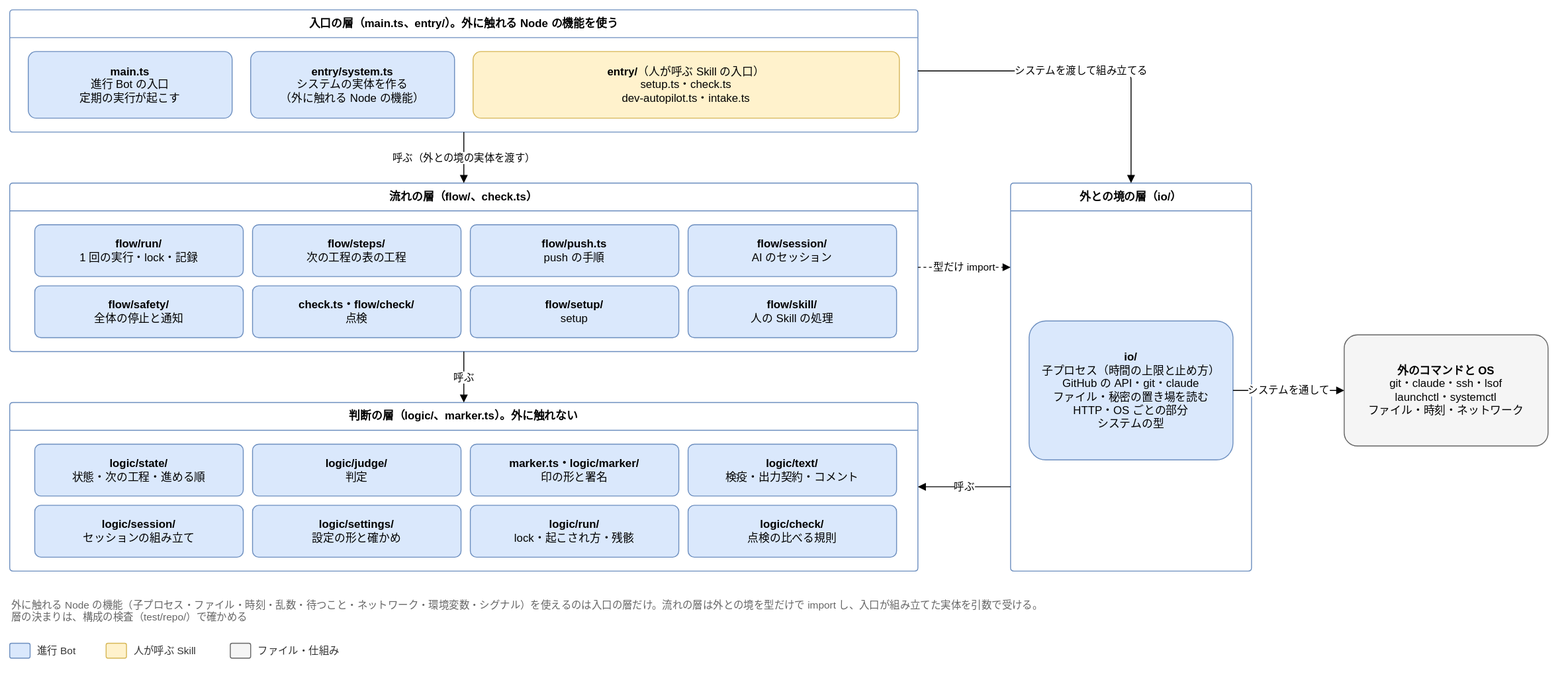
This is docs/design/detailed/diagrams/00-layers.drawio.svg from Joymerrevent/dev-autopilot, a draw.io export, as it was before one commit. Source tidied: cells renumbered, new cells last; positions are measured from the earlier drawing's top-left corner, leaving out a move shared by most shapes.
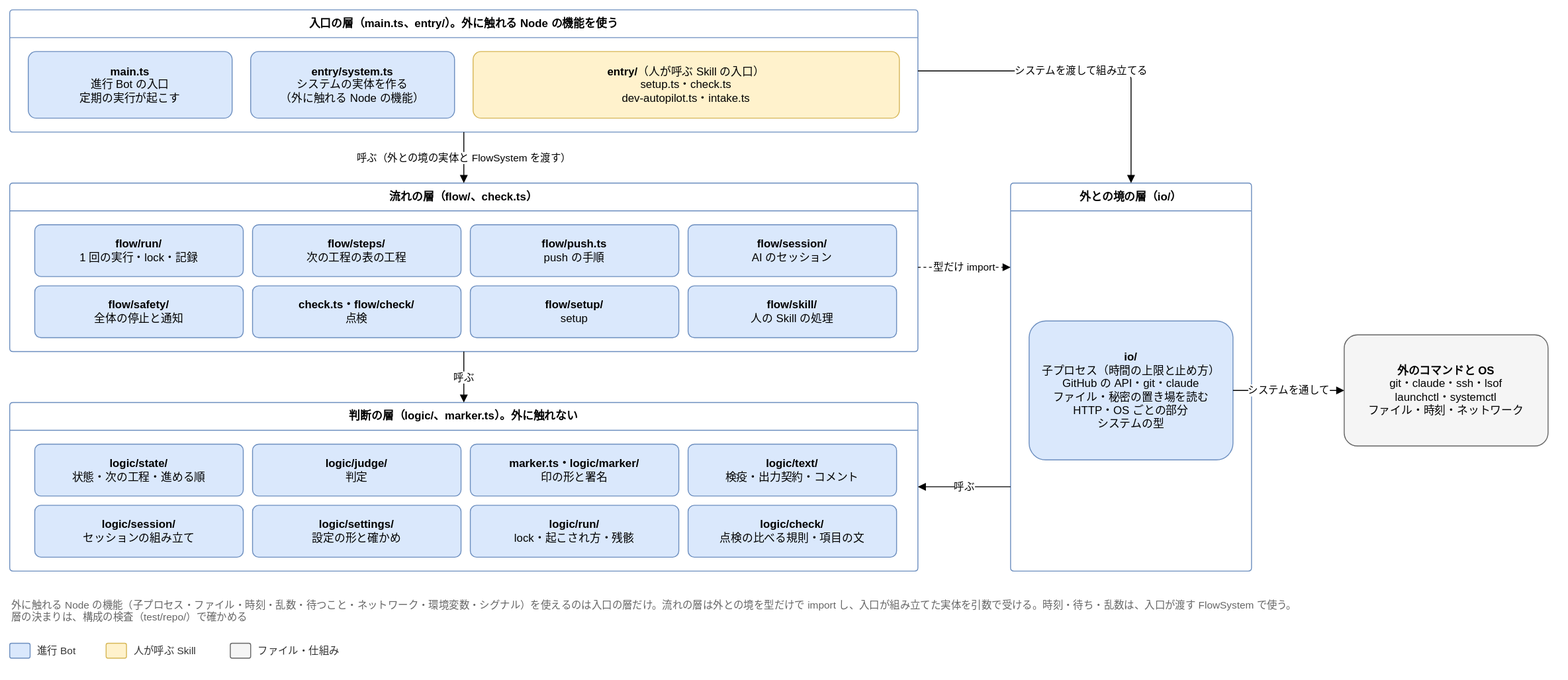
Later version of the same file.

The edit, as a diff of the source:
```diff
@@ -65,7 +65,7 @@
     <mxCell id="22" value="&lt;b&gt;logic/run/&lt;/b&gt;&lt;br&gt;lock・起こされ方・残骸" style="rounded=1;whiteSpace=wrap;html=1;fontSize=12;arcSize=12;spacing=12;fillColor=#dae8fc;strokeColor=#6c8ebf;" parent="15" vertex="1">
       <mxGeometry x="497" y="111" width="225" height="56" as="geometry" />
     </mxCell>
-    <mxCell id="23" value="&lt;b&gt;logic/check/&lt;/b&gt;&lt;br&gt;点検の比べる規則" style="rounded=1;whiteSpace=wrap;html=1;fontSize=12;arcSize=12;spacing=12;fillColor=#dae8fc;strokeColor=#6c8ebf;" parent="15" vertex="1">
+    <mxCell id="23" value="&lt;b&gt;logic/check/&lt;/b&gt;&lt;br&gt;点検の比べる規則・項目の文" style="rounded=1;whiteSpace=wrap;html=1;fontSize=12;arcSize=12;spacing=12;fillColor=#dae8fc;strokeColor=#6c8ebf;" parent="15" vertex="1">
       <mxGeometry x="732" y="111" width="225" height="56" as="geometry" />
     </mxCell>
     <mxCell id="24" value="外との境の層（io/）" style="swimlane;startSize=30;html=1;whiteSpace=wrap;rounded=1;arcSize=4;fontStyle=1;fontSize=12;fillColor=none;swimlaneFillColor=none;strokeColor=#6c8ebf;" parent="1" vertex="1">
@@ -77,7 +77,7 @@
     <mxCell id="26" value="&lt;b&gt;外のコマンドと OS&lt;/b&gt;&lt;br&gt;git・claude・ssh・lsof&lt;br&gt;launchctl・systemctl&lt;br&gt;ファイル・時刻・ネットワーク" style="rounded=1;whiteSpace=wrap;html=1;fontSize=12;arcSize=12;spacing=12;fillColor=#f5f5f5;strokeColor=#666666;" parent="1" vertex="1">
       <mxGeometry x="1440" y="351" width="220" height="120" as="geometry" />
     </mxCell>
-    <mxCell id="27" value="呼ぶ（外との境の実体を渡す）" style="edgeStyle=orthogonalEdgeStyle;rounded=1;html=1;endArrow=block;endFill=1;fontSize=11;labelBackgroundColor=#ffffff;exitX=0.5;exitY=1;exitDx=0;exitDy=0;entryX=0.5;entryY=0;entryDx=0;entryDy=0;" parent="1" edge="1" source="2" target="6">
+    <mxCell id="27" value="呼ぶ（外との境の実体と FlowSystem を渡す）" style="edgeStyle=orthogonalEdgeStyle;rounded=1;html=1;endArrow=block;endFill=1;fontSize=11;labelBackgroundColor=#ffffff;exitX=0.5;exitY=1;exitDx=0;exitDy=0;entryX=0.5;entryY=0;entryDx=0;entryDy=0;" parent="1" edge="1" source="2" target="6">
       <mxGeometry relative="1" as="geometry" />
     </mxCell>
     <mxCell id="28" value="システムを渡して組み立てる" style="edgeStyle=orthogonalEdgeStyle;rounded=1;html=1;endArrow=block;endFill=1;fontSize=11;labelBackgroundColor=#ffffff;exitX=1;exitY=0.5;exitDx=0;exitDy=0;entryX=0.5;entryY=0;entryDx=0;entryDy=0;" parent="1" edge="1" source="2" target="24">
@@ -99,7 +99,7 @@
     <mxCell id="32" value="システムを通して" style="edgeStyle=orthogonalEdgeStyle;rounded=1;html=1;endArrow=block;endFill=1;fontSize=11;labelBackgroundColor=#ffffff;exitX=1;exitY=0.5;exitDx=0;exitDy=0;entryX=0;entryY=0.5;entryDx=0;entryDy=0;" parent="1" edge="1" source="25" target="26">
       <mxGeometry relative="1" as="geometry" />
     </mxCell>
-    <mxCell id="33" value="外に触れる Node の機能（子プロセス・ファイル・時刻・乱数・待つこと・ネットワーク・環境変数・シグナル）を使えるのは入口の層だけ。流れの層は外との境を型だけで import し、入口が組み立てた実体を引数で受ける。&lt;br&gt;層の決まりは、構成の検査（test/repo/）で確かめる" style="text;html=1;whiteSpace=wrap;align=left;verticalAlign=top;fontSize=11;fontColor=#666666;" parent="1" vertex="1">
+    <mxCell id="33" value="外に触れる Node の機能（子プロセス・ファイル・時刻・乱数・待つこと・ネットワーク・環境変数・シグナル）を使えるのは入口の層だけ。流れの層は外との境を型だけで import し、入口が組み立てた実体を引数で受ける。時刻・待ち・乱数は、入口が渡す FlowSystem で使う。&lt;br&gt;層の決まりは、構成の検査（test/repo/）で確かめる" style="text;html=1;whiteSpace=wrap;align=left;verticalAlign=top;fontSize=11;fontColor=#666666;" parent="1" vertex="1">
       <mxGeometry y="630" width="1660" height="40" as="geometry" />
     </mxCell>
     <mxCell id="34" style="rounded=1;whiteSpace=wrap;html=1;fontSize=12;arcSize=12;spacing=12;fillColor=#dae8fc;strokeColor=#6c8ebf;" parent="1" vertex="1">
```
